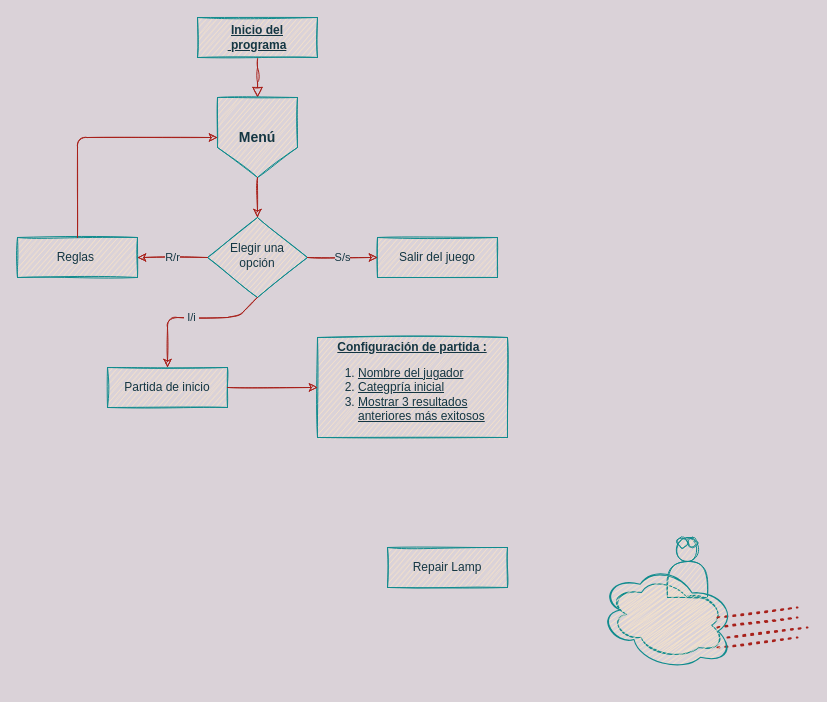
Above: Untitled Diagram.drawio in Escobar-klk/Trivial-Violetos (draw.io), before the change. Source tidied: cells renumbered, new cells numbered last; positions are measured from the earlier drawing's top-left corner, leaving out a move shared by most shapes. Both pictures are drawn from the tidied source at 100%, with x=0, y=0 at pixel (17, 17).
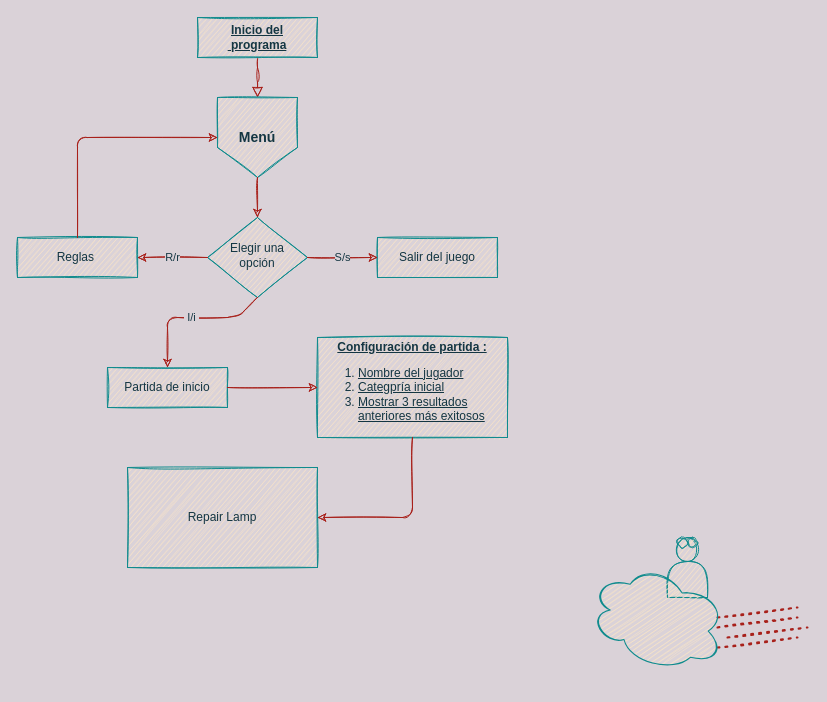
The same diagram, later.

Unchanged cells that the change refers to:
```xml
<mxCell id="7" value="&lt;u&gt;&lt;b&gt;Configuración de partida :&lt;/b&gt;&lt;br&gt;&lt;ol&gt;&lt;li style=&quot;text-align: left&quot;&gt;Nombre del jugador&lt;/li&gt;&lt;li style=&quot;text-align: left&quot;&gt;Categpría inicial&lt;/li&gt;&lt;li style=&quot;text-align: left&quot;&gt;Mostrar 3 resultados anteriores más exitosos&lt;/li&gt;&lt;/ol&gt;&lt;/u&gt;" style="whiteSpace=wrap;html=1;fontSize=12;glass=0;strokeWidth=1;shadow=0;fillColor=#FAE5C7;strokeColor=#0F8B8D;fontColor=#143642;sketch=1;" parent="1" vertex="1">
  <mxGeometry x="300" y="320" width="190" height="100" as="geometry" />
</mxCell>
```

What changed in the source:
```diff
@@
     <mxCell id="6" value="Repair Lamp" style="whiteSpace=wrap;html=1;fontSize=12;glass=0;strokeWidth=1;shadow=0;fillColor=#FAE5C7;strokeColor=#0F8B8D;fontColor=#143642;sketch=1;" parent="1" vertex="1">
-      <mxGeometry x="370" y="530" width="120" height="40" as="geometry" />
+      <mxGeometry x="110" y="450" width="190" height="100" as="geometry" />
     </mxCell>
@@
-    <mxCell id="8" style="ellipse;shape=cloud;whiteSpace=wrap;html=1;rotation=10;fillColor=#FAE5C7;strokeColor=#0F8B8D;fontColor=#143642;sketch=1;" parent="1" vertex="1">
-      <mxGeometry x="590" y="560" width="120" height="80" as="geometry" />
-    </mxCell>
@@
     <mxCell id="18" style="ellipse;shape=cloud;whiteSpace=wrap;html=1;fontColor=#143642;strokeColor=#0F8B8D;fillColor=#FAE5C7;rotation=15;sketch=1;" parent="1" vertex="1">
-      <mxGeometry x="580" y="550" width="140" height="100" as="geometry" />
+      <mxGeometry x="570" y="550" width="140" height="100" as="geometry" />
     </mxCell>
@@
+    <mxCell id="26" style="endArrow=classic;html=1;strokeColor=#A8201A;fontColor=#143642;entryX=1;entryY=0.5;entryDx=0;entryDy=0;sketch=1;labelBackgroundColor=#DAD2D8;exitX=0.5;exitY=1;exitDx=0;exitDy=0;" parent="1" edge="1" source="7" target="6">
+      <mxGeometry relative="1" as="geometry">
+        <Array as="points">
+          <mxPoint x="395" y="500" />
+        </Array>
+      </mxGeometry>
+    </mxCell>
```
